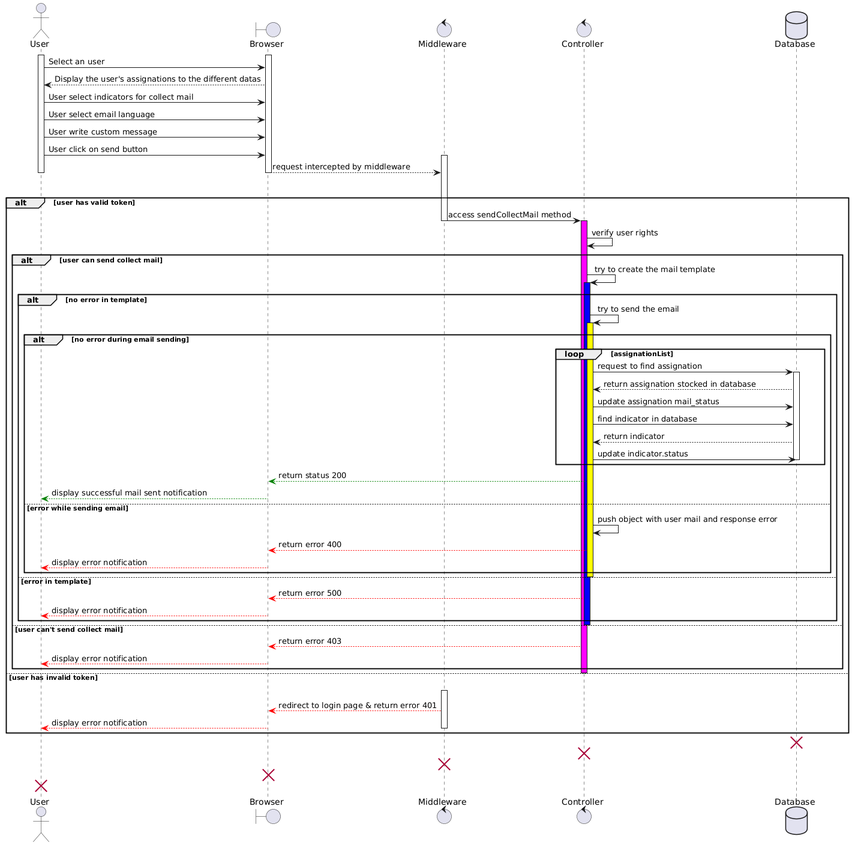
Before: CDA sequence diagram.png, a diagram exported from PlantUML (Dragovien/CDA-soutenance).
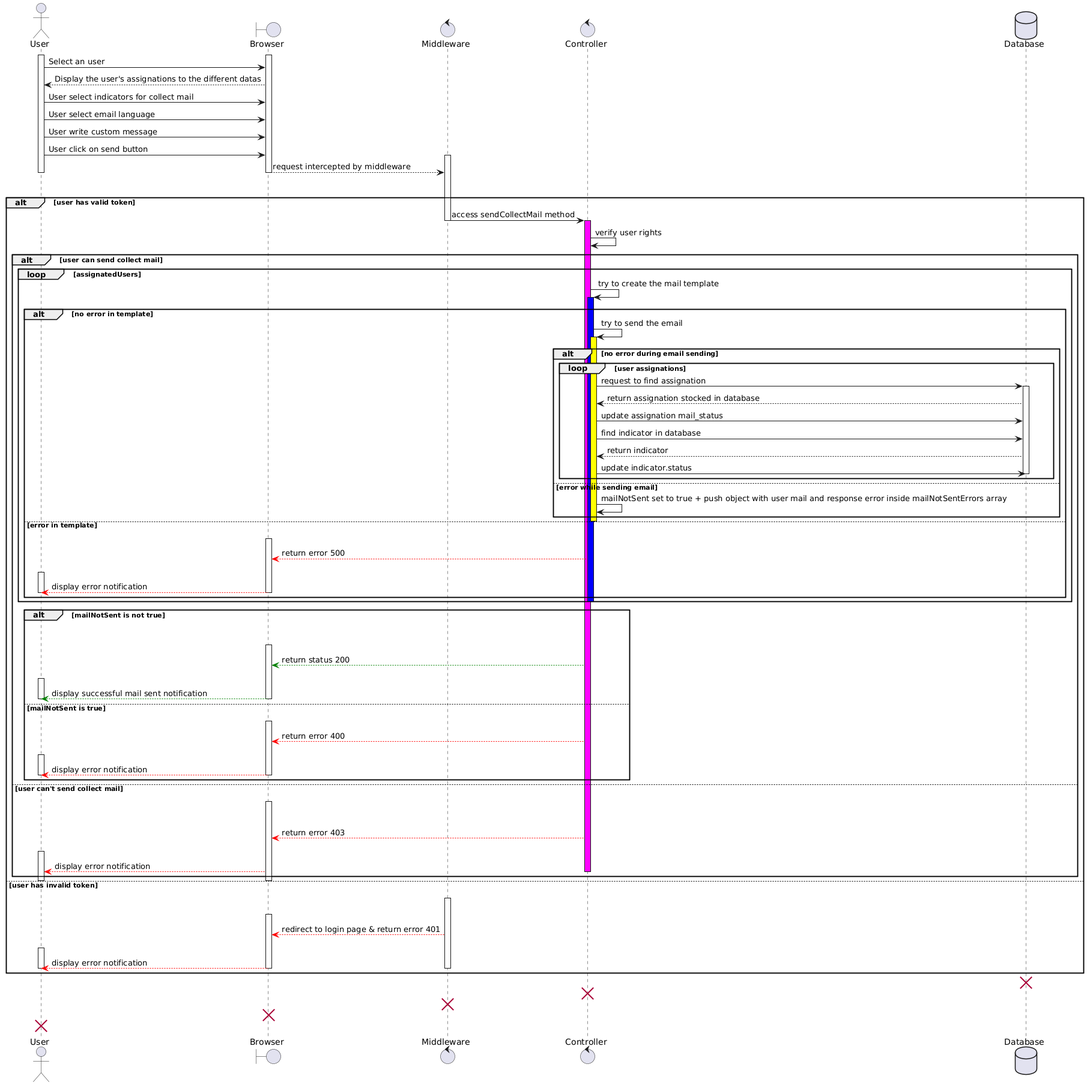
The same file after the commit.

Commit message:
Add updated sequence diagram pic

Change to the diagram source:
```diff
@@ -28,16 +28,17 @@
     activate Controller #ff00ff
     Controller -> Controller: verify user rights
 
+
     alt user can send collect mail
+      loop assignatedUsers
       Controller -> Controller: try to create the mail template
       activate Controller #0000ff
-
       alt no error in template
         Controller -> Controller: try to send the email
 
         alt no error during email sending
           activate Controller #ffff00
-          loop assignationList
+          loop user assignations
             Controller -> Database: request to find assignation
             activate Database
             Database --> Controller: return assignation stocked in database
@@ -46,37 +47,73 @@
             Database --> Controller: return indicator
             Controller -> Database: update indicator.status
             deactivate Database
-          end
-          Controller -[#green]-> Browser: return status 200
+            end
+
+        else error while sending email
+          Controller -> Controller: mailNotSent set to true + push object with user mail and response error inside mailNotSentErrors array
+
+        end
+
+        deactivate Controller
+      else error in template
+      Browser -[hidden]-> Browser
+        activate Browser
+        Controller -[#red]-> Browser: return error 500
+        User -[hidden]-> User
+        activate User
+        Browser -[#red]-> User: display error notification
+        deactivate Browser
+        deactivate User
+      end
+      deactivate Controller
+
+      end
+      alt mailNotSent is not true
+      Controller -[hidden]-> Controller
+      Browser -[hidden]-> Browser
+        activate Browser
+      Controller -[#green]-> Browser: return status 200
+      User -[hidden]-> User
+        activate User
           Browser -[#green]-> User: display successful mail sent notification
           deactivate User
           deactivate Browser
-        else error while sending email
-          Controller -> Controller: push object with user mail and response error
-          Controller -[#red]-> Browser: return error 400
+      else mailNotSent is true
+      Browser -[hidden]-> Browser
+        activate Browser
+      Controller -[#red]-> Browser: return error 400
+      User -[hidden]-> User
+        activate User
           Browser -[#red]-> User: display error notification
           deactivate User
           deactivate Browser
-        end
-        deactivate Controller
-      else error in template
-        Controller -[#red]-> Browser: return error 500
-        Browser -[#red]-> User: display error notification
       end
+    else user can't send collect mail
+      Browser -[hidden]-> Browser
+        activate Browser
+        Controller -[hidden]-> Controller
+      Controller -[#red]-> Browser: return error 403
+      User -[hidden]-> User
+        activate User
+      Browser -[#red]-> User: display error notification
       deactivate Controller
-    else user can't send collect mail
-      Controller -[#red]-> Browser: return error 403
-      Browser -[#red]-> User: display error notification
     end
-    deactivate Controller
+    deactivate Browser
+    deactivate User
 
 
   else user has invalid token
     Middleware -[hidden]-> Middleware
     activate Middleware
+    Browser -[hidden]-> Browser
+        activate Browser
     Middleware -[#red]-> Browser: redirect to login page & return error 401
+    User -[hidden]-> User
+        activate User
     Browser -[#red]-> User: display error notification
+    deactivate Browser
     deactivate Middleware
+    deactivate User
   end
 
 destroy Database
```
